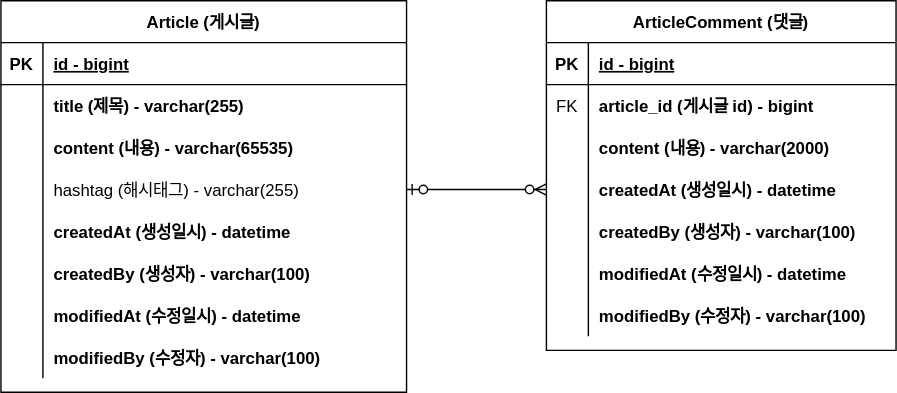
This is document/project-board-erd.svg from devheesukang/fastcampus-project-board, a draw.io export, as it was before one commit. Source tidied: cells renumbered, new cells last; positions are measured from the earlier drawing's top-left corner, leaving out a move shared by most shapes.
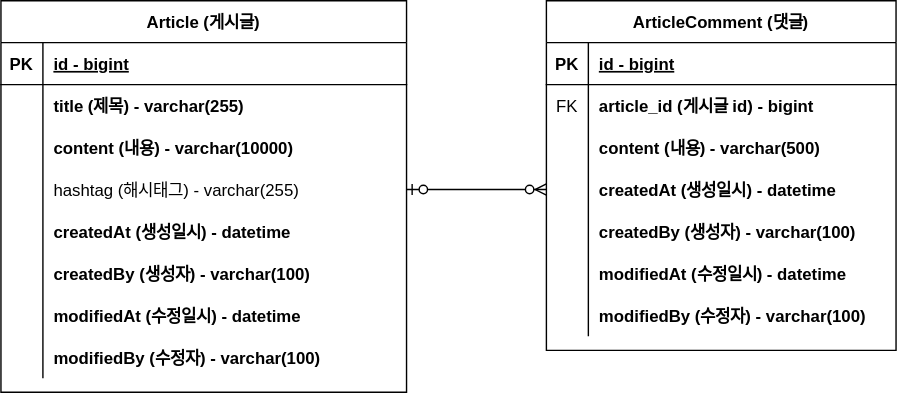
Later version of the same file.

Commit message:
#10 - erd 업데이트 : content 사이즈 변경

Diff of the diagram source:
```diff
@@ -29,7 +29,7 @@
     <mxCell id="10" style="shape=partialRectangle;overflow=hidden;fillColor=none;top=0;left=0;bottom=0;right=0;" parent="9" vertex="1">
       <mxGeometry width="30" height="30" as="geometry" />
     </mxCell>
-    <mxCell id="11" value="content (내용) - varchar(65535)" style="shape=partialRectangle;overflow=hidden;fillColor=none;top=0;left=0;bottom=0;right=0;align=left;spacingLeft=6;fontStyle=1;" parent="9" vertex="1">
+    <mxCell id="11" value="content (내용) - varchar(10000)" style="shape=partialRectangle;overflow=hidden;fillColor=none;top=0;left=0;bottom=0;right=0;align=left;spacingLeft=6;fontStyle=1;" parent="9" vertex="1">
       <mxGeometry x="30" width="260" height="30" as="geometry" />
     </mxCell>
     <mxCell id="12" style="shape=partialRectangle;fillColor=none;points=[[0,0.5],[1,0.5]];portConstraint=eastwest;top=0;left=0;right=0;bottom=0;" parent="2" vertex="1">
@@ -107,7 +107,7 @@
     <mxCell id="36" style="shape=partialRectangle;overflow=hidden;fillColor=none;top=0;left=0;bottom=0;right=0;" parent="35" vertex="1">
       <mxGeometry width="30" height="30" as="geometry" />
     </mxCell>
-    <mxCell id="37" value="content (내용) - varchar(2000)" style="shape=partialRectangle;overflow=hidden;fillColor=none;top=0;left=0;bottom=0;right=0;align=left;spacingLeft=6;fontStyle=1;" parent="35" vertex="1">
+    <mxCell id="37" value="content (내용) - varchar(500)" style="shape=partialRectangle;overflow=hidden;fillColor=none;top=0;left=0;bottom=0;right=0;align=left;spacingLeft=6;fontStyle=1;" parent="35" vertex="1">
       <mxGeometry x="30" width="220" height="30" as="geometry" />
     </mxCell>
     <mxCell id="38" style="shape=partialRectangle;fillColor=none;points=[[0,0.5],[1,0.5]];portConstraint=eastwest;top=0;left=0;right=0;bottom=0;" parent="28" vertex="1">
```
